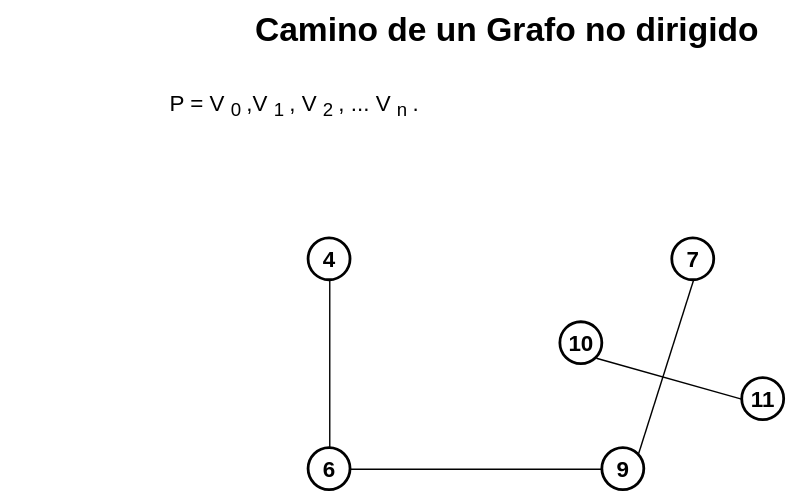
The draw.io diagram Estructura-de-datos/Grafos/Camino-grafo-nodir.drawio.svg in Nordcode-cyber/Algoritmos-Estructdatos, before a commit. Source tidied: cells renumbered, new cells last; positions are measured from the earlier drawing's top-left corner, leaving out a move shared by most shapes. The source it was exported from:
```xml
<mxGraphModel background="light-dark(#FFFFFF,#121212)">
  <root>
    <mxCell id="0" />
    <mxCell id="1" parent="0" />
    <mxCell id="2" value="&lt;h1 style=&quot;margin-top: 0px;&quot;&gt;Camino de un Grafo no dirigido&lt;/h1&gt;&lt;div&gt;&lt;br&gt;&lt;/div&gt;" style="text;html=1;whiteSpace=wrap;overflow=hidden;rounded=0;" parent="1" vertex="1">
      <mxGeometry x="180" width="380" height="120" as="geometry" />
    </mxCell>
    <mxCell id="3" value="&lt;font style=&quot;font-size: 16px;&quot;&gt;P = V&lt;sub&gt;0&lt;/sub&gt;,V&lt;sub&gt;1&lt;/sub&gt;, V&lt;sub&gt;2&lt;/sub&gt;, ... V&lt;sub&gt;n&lt;/sub&gt;.&lt;/font&gt;" style="text;html=1;whiteSpace=wrap;strokeColor=none;fillColor=none;align=center;verticalAlign=middle;rounded=0;" parent="1" vertex="1">
      <mxGeometry y="60" width="420" height="30" as="geometry" />
    </mxCell>
    <mxCell id="4" style="ellipse;whiteSpace=wrap;html=1;shapeInside=1;fillColor=none;strokeWidth=2;" parent="1" vertex="1">
      <mxGeometry x="220" y="170" width="30" height="30" as="geometry" />
    </mxCell>
    <mxCell id="5" style="ellipse;whiteSpace=wrap;html=1;shapeInside=1;fillColor=none;strokeWidth=2;" parent="1" vertex="1">
      <mxGeometry x="480" y="170" width="30" height="30" as="geometry" />
    </mxCell>
    <mxCell id="6" style="ellipse;whiteSpace=wrap;html=1;shapeInside=1;fillColor=none;strokeWidth=2;" parent="1" vertex="1">
      <mxGeometry x="430" y="320" width="30" height="30" as="geometry" />
    </mxCell>
    <mxCell id="7" style="ellipse;whiteSpace=wrap;html=1;shapeInside=1;fillColor=none;strokeWidth=2;" parent="1" vertex="1">
      <mxGeometry x="220" y="320" width="30" height="30" as="geometry" />
    </mxCell>
    <mxCell id="8" style="ellipse;whiteSpace=wrap;html=1;shapeInside=1;fillColor=none;strokeWidth=2;" parent="1" vertex="1">
      <mxGeometry x="530" y="270" width="30" height="30" as="geometry" />
    </mxCell>
    <mxCell id="9" style="ellipse;whiteSpace=wrap;html=1;shapeInside=1;fillColor=none;strokeWidth=2;" parent="1" vertex="1">
      <mxGeometry x="400" y="230" width="30" height="30" as="geometry" />
    </mxCell>
    <mxCell id="10" style="endArrow=none;html=1;entryX=0.5;entryY=1;entryDx=0;entryDy=0;exitX=0.5;exitY=0;exitDx=0;exitDy=0;" parent="1" edge="1" source="7" target="4">
      <mxGeometry relative="1" as="geometry" />
    </mxCell>
    <mxCell id="11" style="endArrow=none;html=1;entryX=1;entryY=0.5;entryDx=0;entryDy=0;exitX=0;exitY=0.5;exitDx=0;exitDy=0;" parent="1" edge="1" source="6" target="7">
      <mxGeometry relative="1" as="geometry" />
    </mxCell>
    <mxCell id="12" style="endArrow=none;html=1;entryX=0.5;entryY=1;entryDx=0;entryDy=0;exitX=1;exitY=0;exitDx=0;exitDy=0;" parent="1" edge="1" source="6" target="5">
      <mxGeometry relative="1" as="geometry" />
    </mxCell>
    <mxCell id="13" style="endArrow=none;html=1;entryX=0;entryY=0.5;entryDx=0;entryDy=0;exitX=1;exitY=1;exitDx=0;exitDy=0;" parent="1" edge="1" source="9" target="8">
      <mxGeometry relative="1" as="geometry" />
    </mxCell>
    <mxCell id="14" value="&lt;font style=&quot;font-size: 16px;&quot;&gt;&lt;b&gt;4&lt;/b&gt;&lt;/font&gt;" style="text;html=1;whiteSpace=wrap;strokeColor=none;fillColor=none;align=center;verticalAlign=middle;rounded=0;fontColor=light-dark(#000000,#33FF33);" parent="1" vertex="1">
      <mxGeometry x="205" y="170" width="60" height="30" as="geometry" />
    </mxCell>
    <mxCell id="15" value="&lt;font style=&quot;font-size: 16px;&quot;&gt;&lt;b&gt;6&lt;/b&gt;&lt;/font&gt;" style="text;html=1;whiteSpace=wrap;strokeColor=none;fillColor=none;align=center;verticalAlign=middle;rounded=0;fontColor=light-dark(#000000,#33FF33);" parent="1" vertex="1">
      <mxGeometry x="205" y="320" width="60" height="30" as="geometry" />
    </mxCell>
    <mxCell id="16" value="&lt;font style=&quot;font-size: 16px;&quot;&gt;&lt;b&gt;9&lt;/b&gt;&lt;/font&gt;" style="text;html=1;whiteSpace=wrap;strokeColor=none;fillColor=none;align=center;verticalAlign=middle;rounded=0;fontColor=light-dark(#000000,#33FF33);" parent="1" vertex="1">
      <mxGeometry x="415" y="320" width="60" height="30" as="geometry" />
    </mxCell>
    <mxCell id="17" value="&lt;font style=&quot;font-size: 16px;&quot;&gt;&lt;b&gt;7&lt;/b&gt;&lt;/font&gt;" style="text;html=1;whiteSpace=wrap;strokeColor=none;fillColor=none;align=center;verticalAlign=middle;rounded=0;fontColor=light-dark(#000000,#33FF33);" parent="1" vertex="1">
      <mxGeometry x="465" y="170" width="60" height="30" as="geometry" />
    </mxCell>
    <mxCell id="18" value="&lt;font style=&quot;font-size: 16px;&quot;&gt;&lt;b&gt;10&lt;/b&gt;&lt;/font&gt;" style="text;html=1;whiteSpace=wrap;strokeColor=none;fillColor=none;align=center;verticalAlign=middle;rounded=0;fontColor=light-dark(#000000,#33FF33);" parent="1" vertex="1">
      <mxGeometry x="385" y="230" width="60" height="30" as="geometry" />
    </mxCell>
    <mxCell id="19" value="&lt;font style=&quot;font-size: 16px;&quot;&gt;&lt;b&gt;11&lt;/b&gt;&lt;/font&gt;" style="text;html=1;whiteSpace=wrap;strokeColor=none;fillColor=none;align=center;verticalAlign=middle;rounded=0;fontColor=light-dark(#000000,#33FF33);" parent="1" vertex="1">
      <mxGeometry x="515" y="270" width="60" height="30" as="geometry" />
    </mxCell>
  </root>
</mxGraphModel>
```
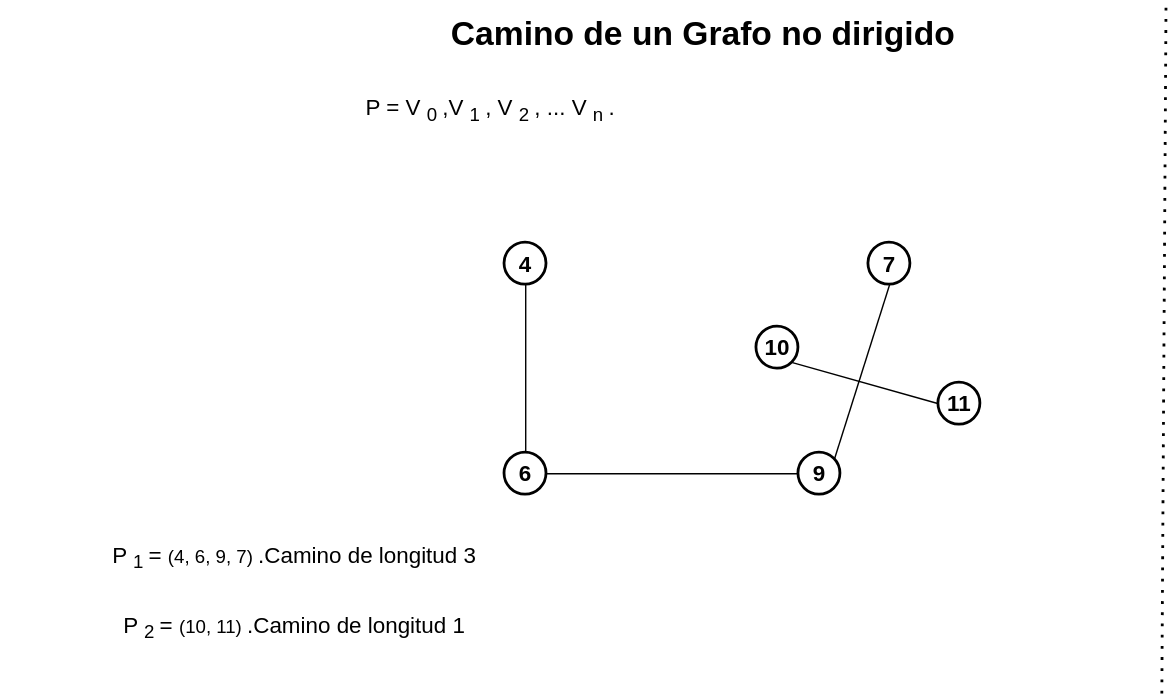
The same diagram one commit later.

Change to the diagram source:
```diff
@@ -56,5 +56,17 @@
     <mxCell id="19" value="&lt;font style=&quot;font-size: 16px;&quot;&gt;&lt;b&gt;11&lt;/b&gt;&lt;/font&gt;" style="text;html=1;whiteSpace=wrap;strokeColor=none;fillColor=none;align=center;verticalAlign=middle;rounded=0;fontColor=light-dark(#000000,#33FF33);" parent="1" vertex="1">
       <mxGeometry x="515" y="270" width="60" height="30" as="geometry" />
     </mxCell>
+    <mxCell id="20" value="&lt;font style=&quot;font-size: 16px;&quot;&gt;P&lt;sub&gt;1&lt;/sub&gt; = &lt;/font&gt;&lt;font style=&quot;&quot;&gt;&lt;span style=&quot;font-size: 13.3333px;&quot;&gt;(4, 6, 9, 7)&lt;/span&gt;&lt;span style=&quot;font-size: 16px;&quot;&gt;.Camino de longitud 3&lt;/span&gt;&lt;/font&gt;" style="text;html=1;whiteSpace=wrap;strokeColor=none;fillColor=none;align=center;verticalAlign=middle;rounded=0;" parent="1" vertex="1">
+      <mxGeometry x="-140" y="380" width="420" height="30" as="geometry" />
+    </mxCell>
+    <mxCell id="21" value="&lt;font style=&quot;font-size: 16px;&quot;&gt;P&lt;sub&gt;2&lt;/sub&gt; = &lt;/font&gt;&lt;font style=&quot;&quot;&gt;&lt;span style=&quot;font-size: 13.3333px;&quot;&gt;(10, 11)&lt;/span&gt;&lt;span style=&quot;font-size: 16px;&quot;&gt;.Camino de longitud 1&lt;/span&gt;&lt;/font&gt;" style="text;html=1;whiteSpace=wrap;strokeColor=none;fillColor=none;align=center;verticalAlign=middle;rounded=0;" parent="1" vertex="1">
+      <mxGeometry x="-140" y="430" width="420" height="30" as="geometry" />
+    </mxCell>
+    <mxCell id="22" style="endArrow=none;dashed=1;html=1;dashPattern=1 3;strokeWidth=2;" parent="1" edge="1">
+      <mxGeometry relative="1" as="geometry">
+        <mxPoint x="690" y="492.5" as="sourcePoint" />
+        <mxPoint x="693" y="-2.5" as="targetPoint" />
+      </mxGeometry>
+    </mxCell>
   </root>
 </mxGraphModel>
```
